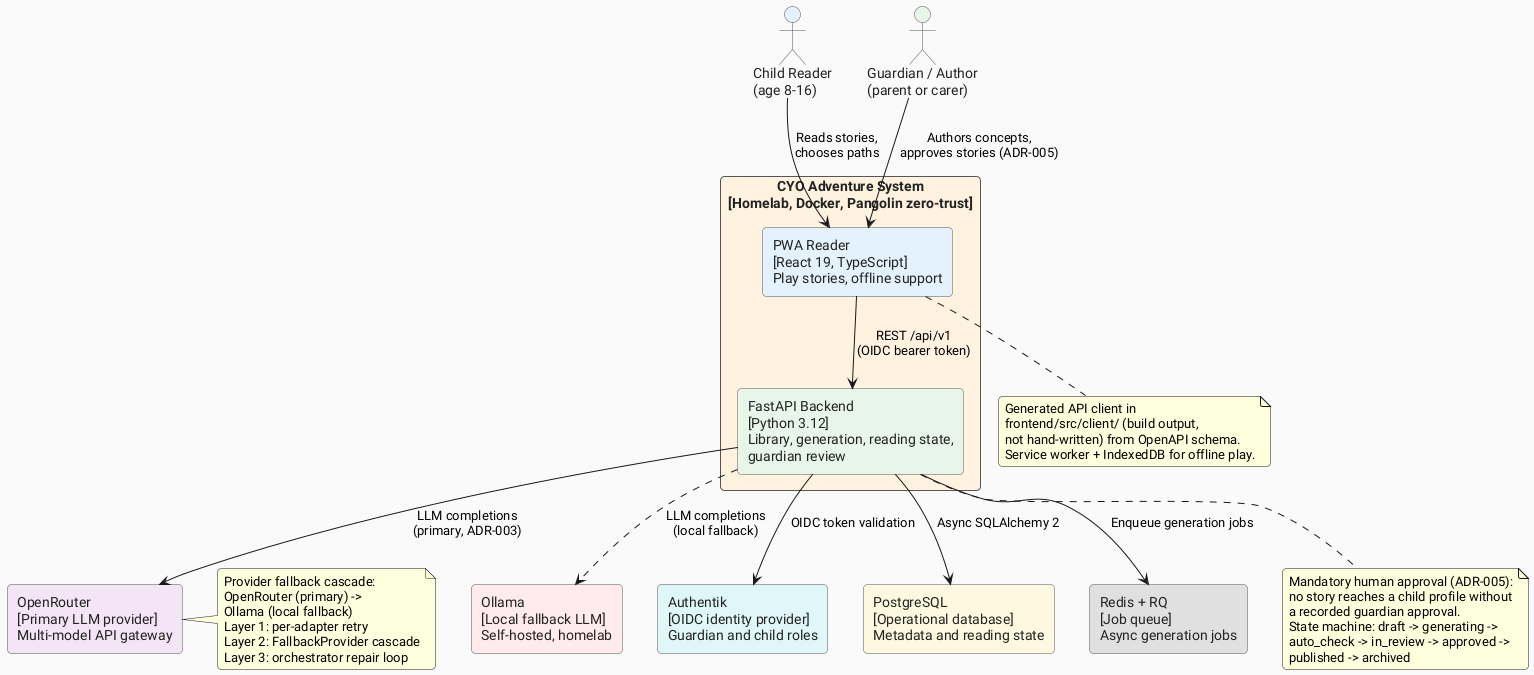
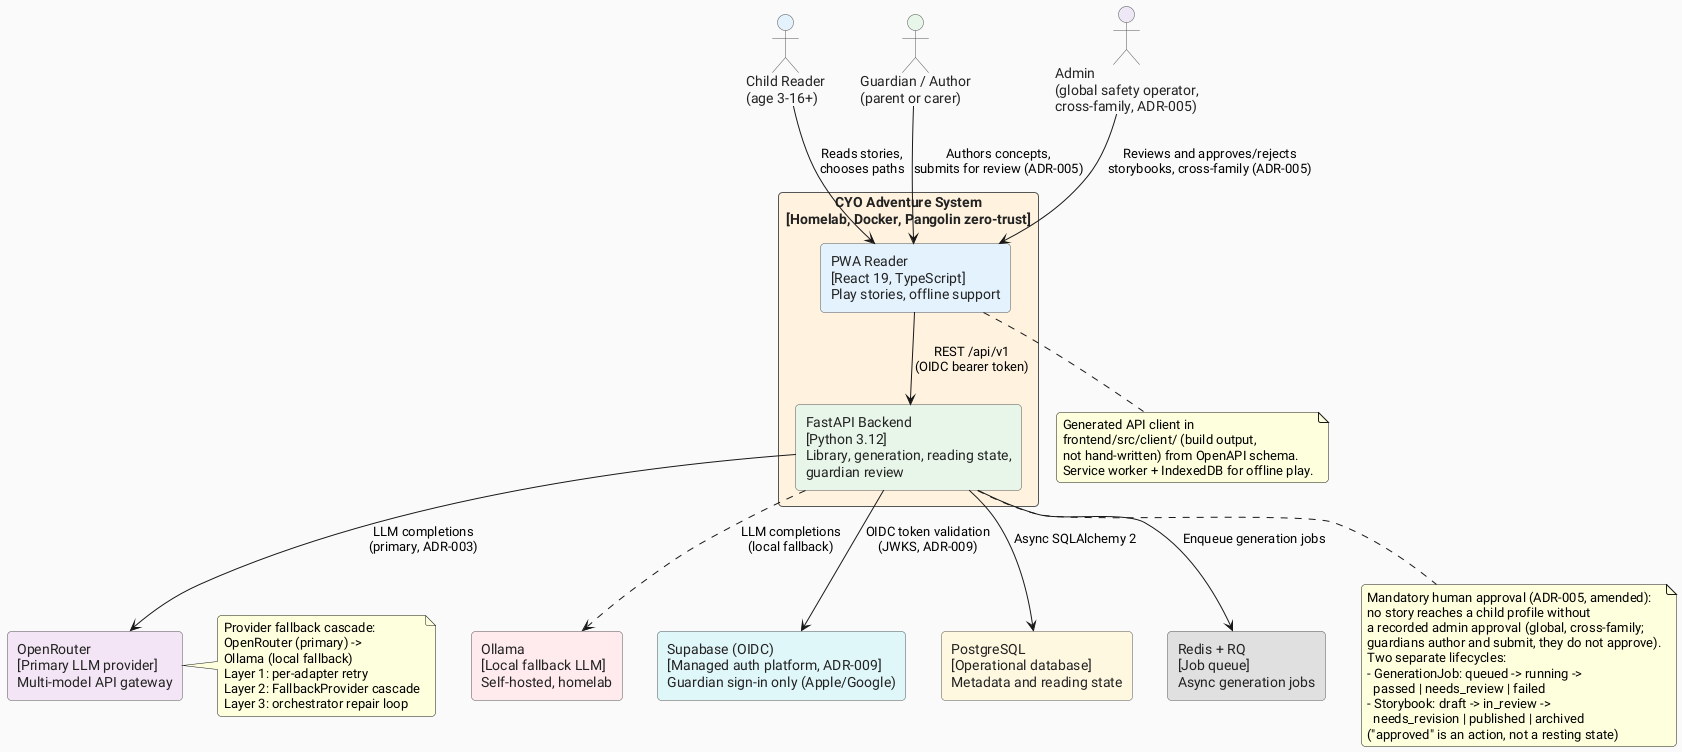
@startuml c4-context
' ============================================================
' C4 Level 1 - System Context Diagram
' CYO Adventure: Choose-Your-Own-Adventure reading app for kids
'
' Source files:
- '   src/cyo_adventure/api/deps.py      (Principal/role model)
+ '   src/cyo_adventure/api/deps.py      (Principal/role model: guardian, child, admin)
'   src/cyo_adventure/api/generation.py (guardian-only authoring)
'   src/cyo_adventure/api/reading.py   (child reading endpoints)
- '   docs/planning/adr/adr-005-mandatory-human-approval.md
+ '   src/cyo_adventure/db/models.py     (Storybook + GenerationJob lifecycles)
+ '   docs/planning/adr/adr-005-mandatory-human-approval.md (amended: global-admin approver)
'   docs/planning/adr/adr-003-frontier-llm-generation.md
+ '   docs/planning/adr/adr-009-supabase-platform.md (Supabase OIDC replaces Authentik)
'   docs/planning/tech-spec.md
' ============================================================

!define ICONURL https://raw.githubusercontent.com/tupadr3/plantuml-icon-font-sprites/v2.4.0
skinparam defaultFontName "Roboto"
skinparam backgroundColor #FAFAFA
skinparam roundCorner 8

skinparam rectangle {
  BorderColor #555555
  FontColor #222222
}

skinparam actor {
  BorderColor #555555
  FontColor #222222
  BackgroundColor #FFFFFF
}

' --- Actors ---
- actor "Child Reader\n(age 8-16)" as child #E3F2FD
+ actor "Child Reader\n(age 3-16+)" as child #E3F2FD
actor "Guardian / Author\n(parent or carer)" as guardian #E8F5E9
+ actor "Admin\n(global safety operator,\ncross-family, ADR-005)" as admin #EDE7F6

' --- System boundary ---
rectangle "CYO Adventure System\n[Homelab, Docker, Pangolin zero-trust]" as system #FFF3E0 {
  rectangle "PWA Reader\n[React 19, TypeScript]\nPlay stories, offline support" as pwa #E3F2FD
  rectangle "FastAPI Backend\n[Python 3.12]\nLibrary, generation, reading state,\nguardian review" as backend #E8F5E9
}

' --- External systems ---
rectangle "OpenRouter\n[Primary LLM provider]\nMulti-model API gateway" as openrouter #F3E5F5
rectangle "Ollama\n[Local fallback LLM]\nSelf-hosted, homelab" as ollama #FFEBEE
- rectangle "Authentik\n[OIDC identity provider]\nGuardian and child roles" as authentik #E0F7FA
+ rectangle "Supabase (OIDC)\n[Managed auth platform, ADR-009]\nGuardian sign-in only (Apple/Google)" as supabase_auth #E0F7FA
rectangle "PostgreSQL\n[Operational database]\nMetadata and reading state" as postgres #FFF8E1
rectangle "Redis + RQ\n[Job queue]\nAsync generation jobs" as redis #E0E0E0

' --- Relationships ---
child --> pwa : "Reads stories,\nchooses paths"
- guardian --> pwa : "Authors concepts,\napproves stories (ADR-005)"
+ guardian --> pwa : "Authors concepts,\nsubmits for review (ADR-005)"
+ admin --> pwa : "Reviews and approves/rejects\nstorybooks, cross-family (ADR-005)"
pwa --> backend : "REST /api/v1\n(OIDC bearer token)"
backend --> openrouter : "LLM completions\n(primary, ADR-003)"
backend ..> ollama : "LLM completions\n(local fallback)"
- backend --> authentik : "OIDC token validation"
+ backend --> supabase_auth : "OIDC token validation\n(JWKS, ADR-009)"
backend --> postgres : "Async SQLAlchemy 2"
backend --> redis : "Enqueue generation jobs"

note bottom of pwa
  Generated API client in
  frontend/src/client/ (build output,
  not hand-written) from OpenAPI schema.
  Service worker + IndexedDB for offline play.
end note

note right of openrouter
  Provider fallback cascade:
  OpenRouter (primary) ->
  Ollama (local fallback)
  Layer 1: per-adapter retry
  Layer 2: FallbackProvider cascade
  Layer 3: orchestrator repair loop
end note

note bottom of backend
-   Mandatory human approval (ADR-005):
+   Mandatory human approval (ADR-005, amended):
  no story reaches a child profile without
-   a recorded guardian approval.
-   State machine: draft -> generating ->
-   auto_check -> in_review -> approved ->
-   published -> archived
+   a recorded admin approval (global, cross-family;
+   guardians author and submit, they do not approve).
+   Two separate lifecycles:
+   - GenerationJob: queued -> running ->
+     passed | needs_review | failed
+   - Storybook: draft -> in_review ->
+     needs_revision | published | archived
+   ("approved" is an action, not a resting state)
end note

@enduml
